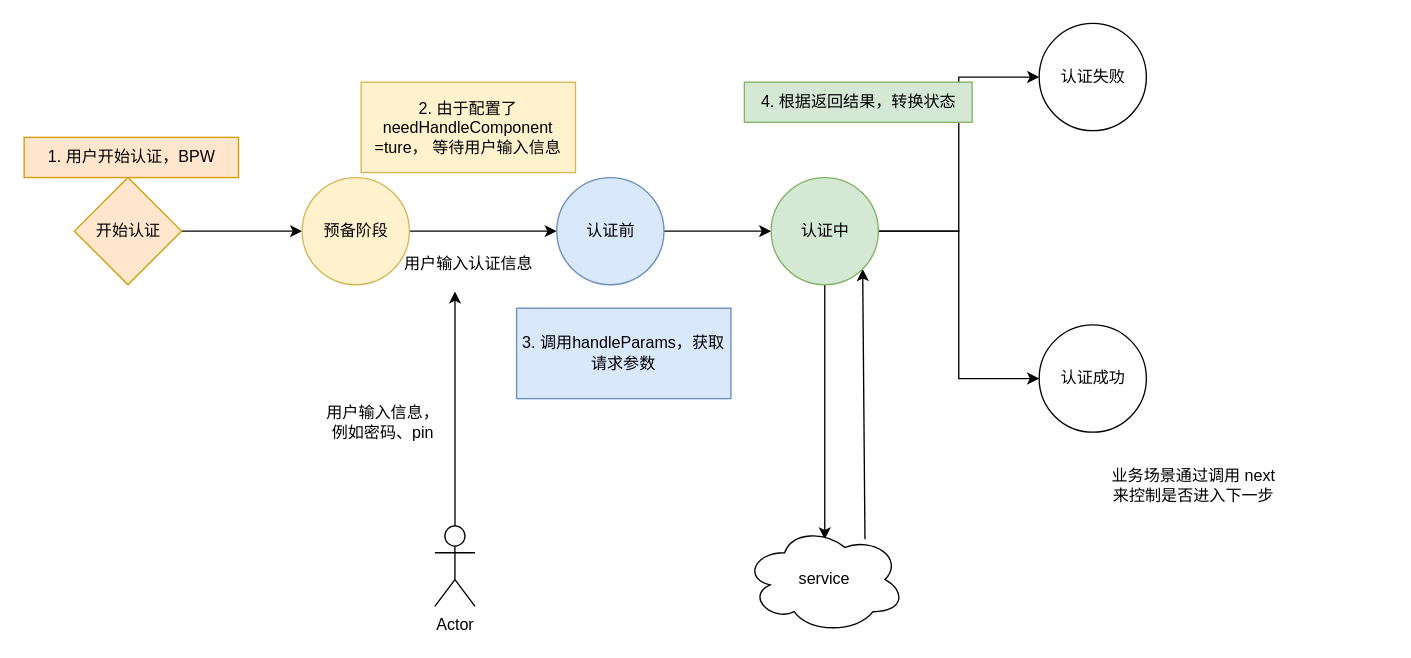
Earlier version of the draw.io diagram page "场景2:需要认证步" (4 of 12) of useVerify/状态机.drawio (RexYao97/sfrex). Source tidied: cells renumbered, new cells numbered last; positions are measured from the earlier drawing's top-left corner, leaving out a move shared by most shapes. Both pictures are drawn from the tidied source at 134%, with x=0, y=0 at pixel (23, 23).
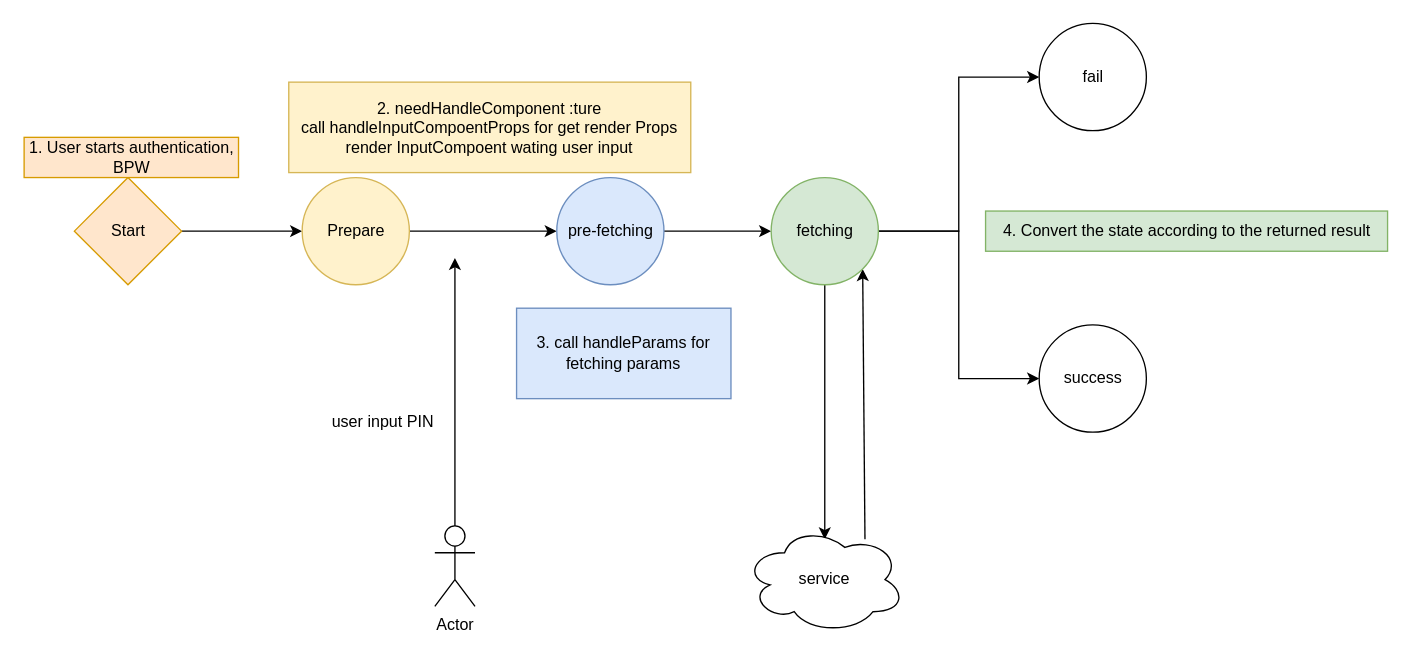
Above is the later version.

The change refers to these unchanged cells:
```xml
<mxCell id="25" value="Actor" style="shape=umlActor;verticalLabelPosition=bottom;verticalAlign=top;html=1;outlineConnect=0;" parent="1" vertex="1">
  <mxGeometry x="307" y="375" width="30" height="60" as="geometry" />
</mxCell>
<mxCell id="29" style="group;" parent="1" vertex="1">
  <mxGeometry x="558" y="115" width="80" height="80" as="geometry" />
</mxCell>
```

Diff of the diagram source:
```diff
@@
-    <mxCell id="5" value="预备阶段" style="text;html=1;align=center;verticalAlign=middle;strokeColor=none;fillColor=none;" parent="1" vertex="1">
+    <mxCell id="5" value="Prepare" style="text;html=1;align=center;verticalAlign=middle;strokeColor=none;fillColor=none;" parent="1" vertex="1">
       <mxGeometry x="213" y="140" width="70" height="30" as="geometry" />
     </mxCell>
@@
-    <mxCell id="10" value="认证成功" style="text;html=1;align=center;verticalAlign=middle;strokeColor=none;fillColor=none;" parent="1" vertex="1">
+    <mxCell id="10" value="success" style="text;html=1;align=center;verticalAlign=middle;strokeColor=none;fillColor=none;" parent="1" vertex="1">
       <mxGeometry x="763" y="250" width="70" height="30" as="geometry" />
     </mxCell>
@@
-    <mxCell id="12" value="认证失败" style="text;html=1;align=center;verticalAlign=middle;strokeColor=none;fillColor=none;" parent="1" vertex="1">
-      <mxGeometry x="763" y="25" width="70" height="30" as="geometry" />
+    <mxCell id="12" value="fail" style="text;html=1;align=center;verticalAlign=middle;strokeColor=none;fillColor=none;" parent="1" vertex="1">
+      <mxGeometry x="778" y="25" width="40" height="30" as="geometry" />
     </mxCell>
@@
-    <mxCell id="15" value="开始认证" style="text;html=1;align=center;verticalAlign=middle;strokeColor=none;fillColor=none;" parent="1" vertex="1">
-      <mxGeometry x="43" y="140" width="70" height="30" as="geometry" />
+    <mxCell id="15" value="Start" style="text;html=1;align=center;verticalAlign=middle;strokeColor=none;fillColor=none;" parent="1" vertex="1">
+      <mxGeometry x="53" y="140" width="50" height="30" as="geometry" />
     </mxCell>
-    <mxCell id="16" value="业务场景通过调用 next &lt;br&gt;来控制是否进入下一步" style="text;html=1;align=center;verticalAlign=middle;strokeColor=none;fillColor=none;" parent="1" vertex="1">
-      <mxGeometry x="798" y="325" width="150" height="40" as="geometry" />
-    </mxCell>
-    <mxCell id="17" value="用户输入认证信息" style="text;html=1;align=center;verticalAlign=middle;points=[];strokeColor=none;fillColor=none;" parent="1" vertex="1">
-      <mxGeometry x="272" y="165" width="120" height="30" as="geometry" />
-    </mxCell>
-    <mxCell id="18" value="1. 用户开始认证，BPW" style="text;html=1;strokeColor=#d79b00;fillColor=#ffe6cc;align=center;verticalAlign=middle;whiteSpace=wrap;rounded=0;" parent="1" vertex="1">
+    <mxCell id="18" value="1. User starts authentication, BPW" style="text;html=1;strokeColor=#d79b00;fillColor=#ffe6cc;align=center;verticalAlign=middle;whiteSpace=wrap;rounded=0;" parent="1" vertex="1">
       <mxGeometry x="0.5" y="85" width="160" height="30" as="geometry" />
     </mxCell>
-    <mxCell id="19" value="2. 由于配置了needHandleComponent =ture， 等待用户输入信息" style="text;html=1;strokeColor=#d6b656;fillColor=#fff2cc;align=center;verticalAlign=middle;whiteSpace=wrap;rounded=0;" parent="1" vertex="1">
-      <mxGeometry x="252" y="43.8" width="160" height="67.5" as="geometry" />
+    <mxCell id="19" value="2. needHandleComponent :ture&lt;br&gt;call handleInputCompoentProps for get render Props&lt;br&gt;render InputCompoent wating user input" style="text;html=1;strokeColor=#d6b656;fillColor=#fff2cc;align=center;verticalAlign=middle;whiteSpace=wrap;rounded=0;" parent="1" vertex="1">
+      <mxGeometry x="198" y="43.8" width="300" height="67.5" as="geometry" />
     </mxCell>
-    <mxCell id="20" value="3. 调用handleParams，获取请求参数" style="text;html=1;strokeColor=#6c8ebf;fillColor=#dae8fc;align=center;verticalAlign=middle;whiteSpace=wrap;rounded=0;" parent="1" vertex="1">
+    <mxCell id="20" value="3. call handleParams for fetching params" style="text;html=1;strokeColor=#6c8ebf;fillColor=#dae8fc;align=center;verticalAlign=middle;whiteSpace=wrap;rounded=0;" parent="1" vertex="1">
       <mxGeometry x="368" y="212.5" width="160" height="67.5" as="geometry" />
     </mxCell>
@@
-    <mxCell id="23" value="4. 根据返回结果，转换状态" style="text;html=1;align=center;verticalAlign=middle;strokeColor=#82b366;fillColor=#d5e8d4;" parent="1" vertex="1">
-      <mxGeometry x="538" y="43.8" width="170" height="30" as="geometry" />
+    <mxCell id="23" value="4. Convert the state according to the returned result" style="text;html=1;align=center;verticalAlign=middle;strokeColor=#82b366;fillColor=#d5e8d4;" parent="1" vertex="1">
+      <mxGeometry x="718" y="140" width="300" height="30" as="geometry" />
     </mxCell>
-    <mxCell id="24" style="edgeStyle=orthogonalEdgeStyle;rounded=0;jettySize=auto;html=1;entryX=0.417;entryY=1.167;entryDx=0;entryDy=0;entryPerimeter=0;" parent="1" edge="1" source="25" target="17">
-      <mxGeometry relative="1" as="geometry" />
+    <mxCell id="24" style="edgeStyle=orthogonalEdgeStyle;rounded=0;jettySize=auto;html=1;" parent="1" edge="1" source="25">
+      <mxGeometry relative="1" as="geometry">
+        <mxPoint x="322" y="175" as="targetPoint" />
+      </mxGeometry>
     </mxCell>
@@
     <mxCell id="26" style="group;" parent="1" vertex="1">
-      <mxGeometry x="398" y="115" width="80" height="80" as="geometry" />
+      <mxGeometry x="398" y="115" width="85" height="80" as="geometry" />
     </mxCell>
@@
-    <mxCell id="28" value="认证前" style="text;html=1;align=center;verticalAlign=middle;strokeColor=none;fillColor=none;" parent="26" vertex="1">
-      <mxGeometry x="10" y="25" width="60" height="30" as="geometry" />
+    <mxCell id="28" value="pre-fetching" style="text;html=1;align=center;verticalAlign=middle;strokeColor=none;fillColor=none;" parent="26" vertex="1">
+      <mxGeometry x="-5" y="25" width="90" height="30" as="geometry" />
     </mxCell>
@@
-    <mxCell id="31" value="认证中" style="text;html=1;align=center;verticalAlign=middle;strokeColor=none;fillColor=none;" parent="29" vertex="1">
-      <mxGeometry x="10" y="25" width="60" height="30" as="geometry" />
+    <mxCell id="31" value="fetching" style="text;html=1;align=center;verticalAlign=middle;strokeColor=none;fillColor=none;" parent="29" vertex="1">
+      <mxGeometry x="5" y="25" width="70" height="30" as="geometry" />
     </mxCell>
-    <mxCell id="32" value="用户输入信息，&lt;br&gt;例如密码、pin" style="text;html=1;align=center;verticalAlign=middle;strokeColor=none;fillColor=none;" parent="1" vertex="1">
-      <mxGeometry x="213" y="278" width="110" height="40" as="geometry" />
+    <mxCell id="32" value="user input PIN" style="text;html=1;align=center;verticalAlign=middle;strokeColor=none;fillColor=none;" parent="1" vertex="1">
+      <mxGeometry x="218" y="283" width="100" height="30" as="geometry" />
     </mxCell>
```
